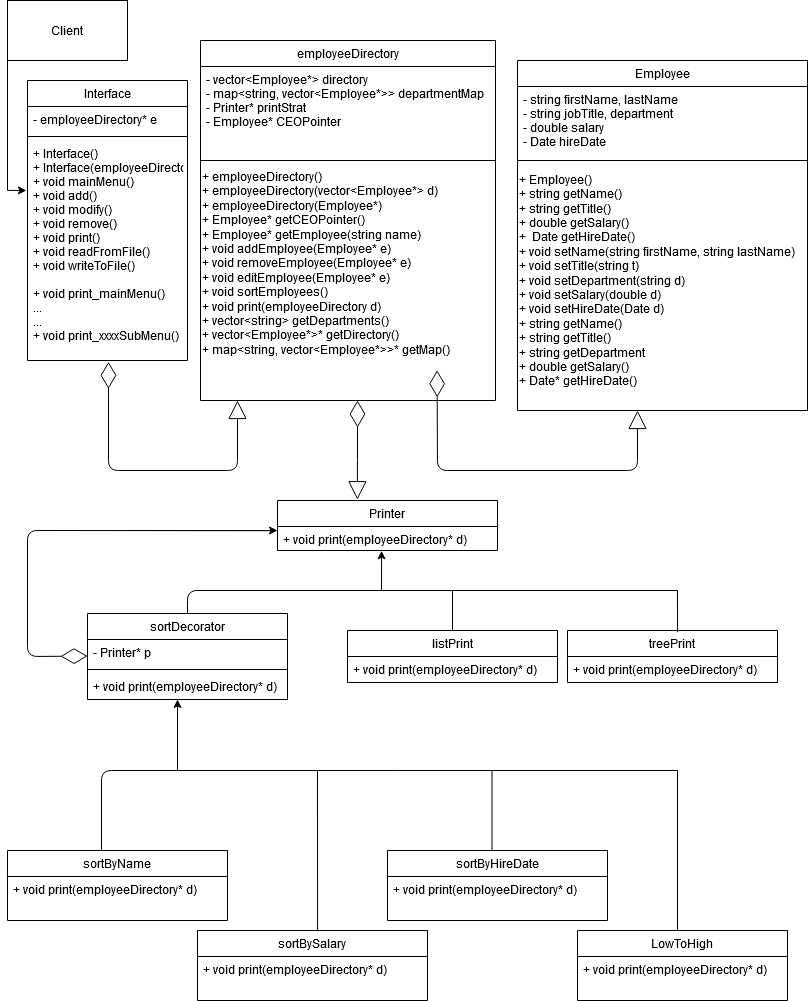
The draw.io diagram images/final_diagram.png in davids598/EmployeeDirectoryProgram, before a commit. Source tidied: cells renumbered, new cells last; positions are measured from the earlier drawing's top-left corner, leaving out a move shared by most shapes.
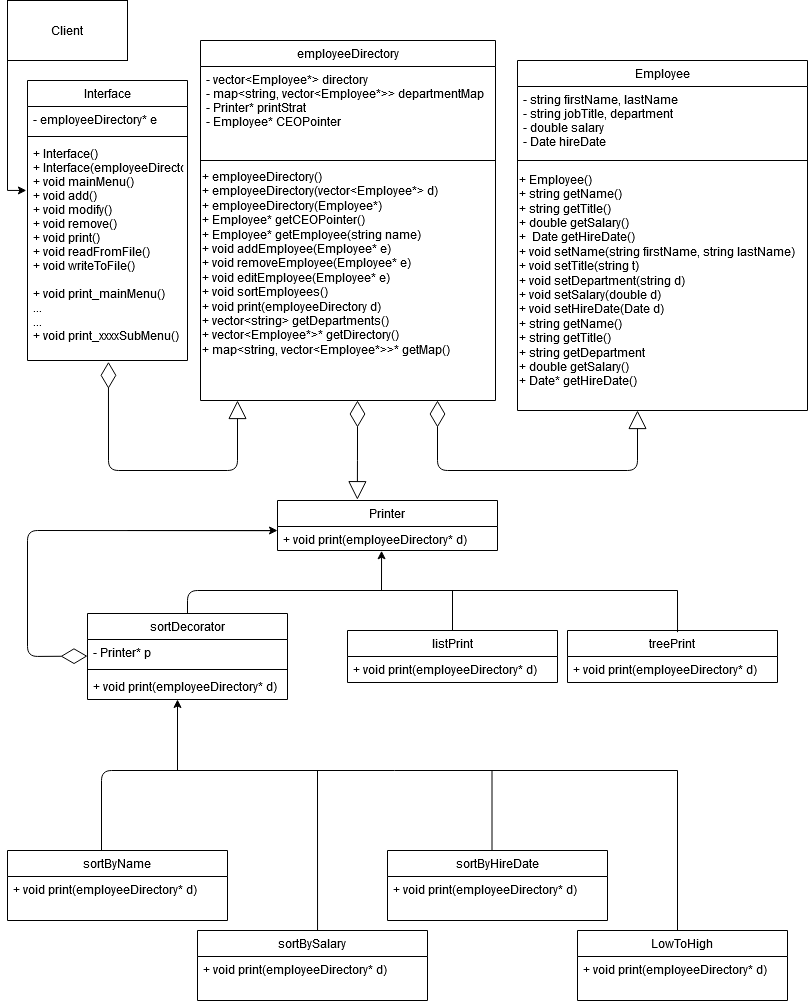
The same file after the commit.

Commit message:
updated class diagram

Diff of the diagram source:
```diff
@@ -161,9 +161,10 @@
         <mxPoint x="630" y="410" as="targetPoint" />
       </mxGeometry>
     </mxCell>
-    <mxCell id="41" style="endArrow=diamondThin;endFill=0;endSize=24;html=1;entryX=0.802;entryY=0.999;entryDx=0;entryDy=0;entryPerimeter=0;" parent="1" edge="1" target="11">
+    <mxCell id="41" style="endArrow=diamondThin;endFill=0;endSize=24;html=1;" parent="1" edge="1">
       <mxGeometry relative="1" as="geometry">
         <mxPoint x="630" y="430" as="sourcePoint" />
+        <mxPoint x="430" y="400" as="targetPoint" />
         <Array as="points">
           <mxPoint x="630" y="470" />
           <mxPoint x="430" y="470" />
```
